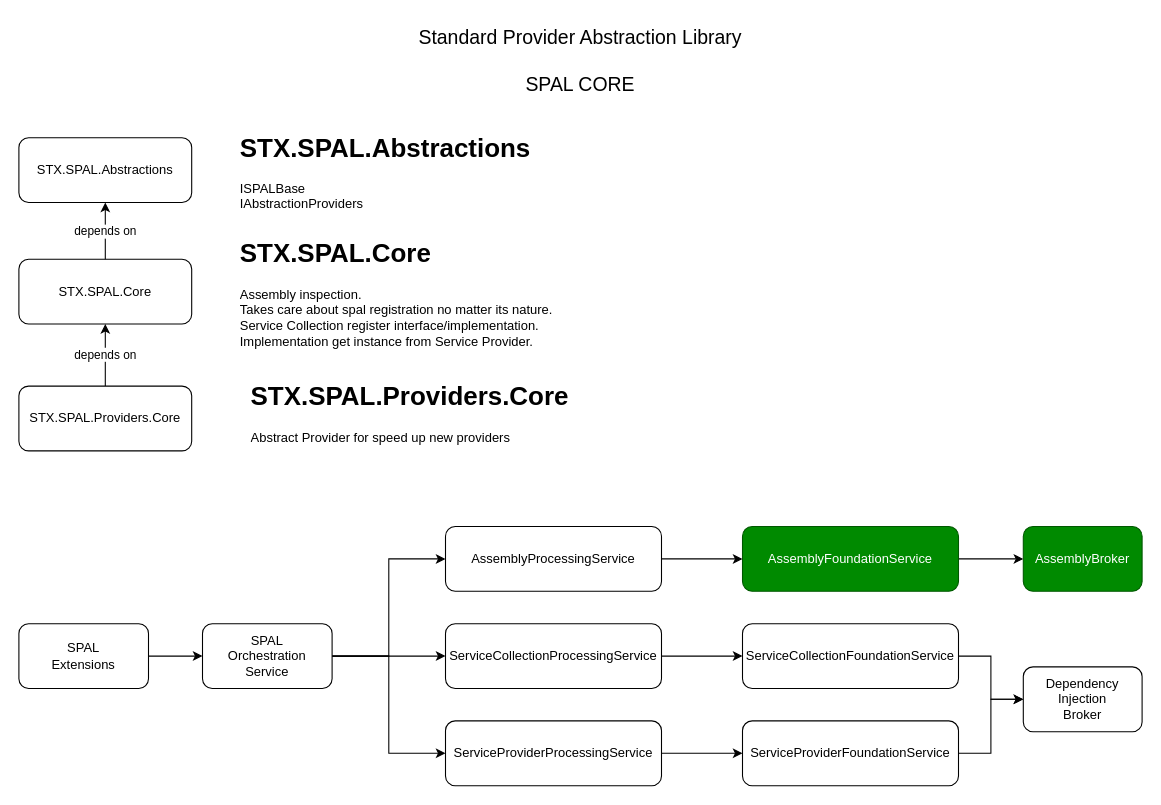
Before: page "Overview" (1 of 3) of STX.SPAL.Core/Resources/Diagrams/diagram.drawio in The-Standard-Organization/STX.SPAL.Core, a draw.io diagram. Source tidied: cells renumbered, new cells numbered last; positions are measured from the earlier drawing's top-left corner, leaving out a move shared by most shapes. Both pictures are drawn from the tidied source at 108%, with x=0, y=0 at pixel (18, 18).
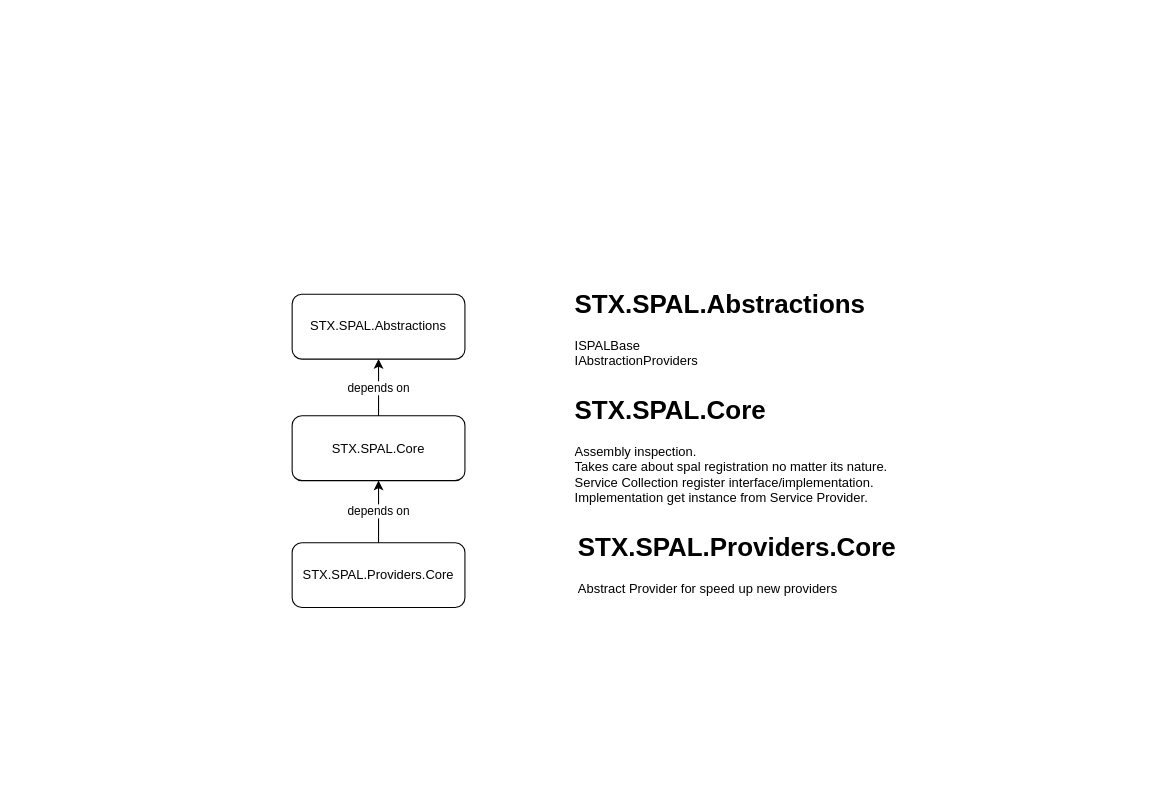
Above is the later version.

Change to the diagram source:
```diff
@@
     <mxCell id="2" value="STX.SPAL.Core" style="rounded=1;whiteSpace=wrap;html=1;" parent="1" vertex="1">
-      <mxGeometry y="222.5" width="160" height="60" as="geometry" />
+      <mxGeometry x="253" y="367.5" width="160" height="60" as="geometry" />
     </mxCell>
     <mxCell id="3" value="STX.SPAL.Abstractions" style="rounded=1;whiteSpace=wrap;html=1;" parent="1" vertex="1">
-      <mxGeometry y="110" width="160" height="60" as="geometry" />
+      <mxGeometry x="253" y="255" width="160" height="60" as="geometry" />
     </mxCell>
@@
     <mxCell id="5" value="STX.SPAL.Providers.Core" style="rounded=1;whiteSpace=wrap;html=1;" parent="1" vertex="1">
-      <mxGeometry y="340" width="160" height="60" as="geometry" />
+      <mxGeometry x="253" y="485" width="160" height="60" as="geometry" />
     </mxCell>
@@
     <mxCell id="7" value="&lt;h1&gt;STX.SPAL.Core&lt;/h1&gt;&lt;div&gt;Assembly inspection.&lt;br&gt;Takes care about spal registration no matter its nature.&lt;br&gt;Service Collection register interface/implementation.&lt;br&gt;Implementation get instance from Service Provider.&lt;br&gt;&lt;br&gt;&lt;/div&gt;" style="text;html=1;spacing=5;spacingTop=-20;whiteSpace=wrap;overflow=hidden;rounded=0;" parent="1" vertex="1">
-      <mxGeometry x="200" y="197.5" width="325" height="110" as="geometry" />
+      <mxGeometry x="510" y="342.5" width="325" height="110" as="geometry" />
     </mxCell>
     <mxCell id="8" value="&lt;h1&gt;STX.SPAL.Abstractions&lt;/h1&gt;&lt;div&gt;ISPALBase&lt;br&gt;IAbstractionProviders&lt;br&gt;&lt;br&gt;&lt;/div&gt;" style="text;html=1;spacing=5;spacingTop=-20;whiteSpace=wrap;overflow=hidden;rounded=0;" parent="1" vertex="1">
-      <mxGeometry x="200" y="100" width="327.5" height="80" as="geometry" />
+      <mxGeometry x="510" y="245" width="327.5" height="80" as="geometry" />
     </mxCell>
     <mxCell id="9" value="&lt;h1&gt;STX.SPAL.Providers.Core&lt;/h1&gt;&lt;div&gt;Abstract Provider for speed up new providers&lt;br&gt;&lt;br&gt;&lt;/div&gt;" style="text;html=1;spacing=5;spacingTop=-20;whiteSpace=wrap;overflow=hidden;rounded=0;" parent="1" vertex="1">
-      <mxGeometry x="210" y="330" width="325" height="110" as="geometry" />
+      <mxGeometry x="512.5" y="470" width="325" height="110" as="geometry" />
     </mxCell>
-    <mxCell id="10" value="Standard Provider Abstraction Library&lt;div style=&quot;font-size: 18px;&quot;&gt;&lt;br style=&quot;font-size: 18px;&quot;&gt;&lt;/div&gt;&lt;div style=&quot;font-size: 18px;&quot;&gt;SPAL CORE&lt;/div&gt;" style="text;html=1;align=center;verticalAlign=middle;whiteSpace=wrap;rounded=0;fontSize=18;" parent="1" vertex="1">
-      <mxGeometry x="355" width="330" height="80" as="geometry" />
-    </mxCell>
-    <mxCell id="11" style="edgeStyle=orthogonalEdgeStyle;rounded=0;jettySize=auto;html=1;entryX=0;entryY=0.5;entryDx=0;entryDy=0;" parent="1" edge="1" source="12" target="16">
-      <mxGeometry relative="1" as="geometry" />
-    </mxCell>
-    <mxCell id="12" value="SPAL&lt;br&gt;Extensions" style="rounded=1;whiteSpace=wrap;html=1;" parent="1" vertex="1">
-      <mxGeometry y="560" width="120" height="60" as="geometry" />
-    </mxCell>
-    <mxCell id="13" style="edgeStyle=orthogonalEdgeStyle;rounded=0;jettySize=auto;html=1;entryX=0;entryY=0.5;entryDx=0;entryDy=0;" parent="1" edge="1" source="16" target="18">
-      <mxGeometry relative="1" as="geometry" />
-    </mxCell>
-    <mxCell id="14" style="edgeStyle=orthogonalEdgeStyle;rounded=0;jettySize=auto;html=1;entryX=0;entryY=0.5;entryDx=0;entryDy=0;" parent="1" edge="1" source="16" target="23">
-      <mxGeometry relative="1" as="geometry" />
-    </mxCell>
-    <mxCell id="15" style="edgeStyle=orthogonalEdgeStyle;rounded=0;jettySize=auto;html=1;entryX=0;entryY=0.5;entryDx=0;entryDy=0;" parent="1" edge="1" source="16" target="27">
-      <mxGeometry relative="1" as="geometry" />
-    </mxCell>
-    <mxCell id="16" value="SPAL&lt;br&gt;Orchestration&lt;br&gt;Service" style="rounded=1;whiteSpace=wrap;html=1;" parent="1" vertex="1">
-      <mxGeometry x="170" y="560" width="120" height="60" as="geometry" />
-    </mxCell>
-    <mxCell id="17" style="edgeStyle=orthogonalEdgeStyle;rounded=0;jettySize=auto;html=1;entryX=0;entryY=0.5;entryDx=0;entryDy=0;" parent="1" edge="1" source="18" target="25">
-      <mxGeometry relative="1" as="geometry" />
-    </mxCell>
-    <mxCell id="18" value="ServiceCollectionProcessingService" style="rounded=1;whiteSpace=wrap;html=1;" parent="1" vertex="1">
-      <mxGeometry x="395" y="560" width="200" height="60" as="geometry" />
-    </mxCell>
-    <mxCell id="19" style="edgeStyle=orthogonalEdgeStyle;rounded=0;jettySize=auto;html=1;entryX=0;entryY=0.5;entryDx=0;entryDy=0;" parent="1" edge="1" source="20" target="21">
-      <mxGeometry relative="1" as="geometry" />
-    </mxCell>
-    <mxCell id="20" value="AssemblyFoundationService" style="rounded=1;whiteSpace=wrap;html=1;fillColor=#008a00;fontColor=#ffffff;strokeColor=#005700;" parent="1" vertex="1">
-      <mxGeometry x="670" y="470" width="200" height="60" as="geometry" />
-    </mxCell>
-    <mxCell id="21" value="AssemblyBroker" style="rounded=1;whiteSpace=wrap;html=1;fillColor=#008a00;fontColor=#ffffff;strokeColor=#005700;" parent="1" vertex="1">
-      <mxGeometry x="930" y="470" width="110" height="60" as="geometry" />
-    </mxCell>
-    <mxCell id="22" style="edgeStyle=orthogonalEdgeStyle;rounded=0;jettySize=auto;html=1;entryX=0;entryY=0.5;entryDx=0;entryDy=0;" parent="1" edge="1" source="23" target="20">
-      <mxGeometry relative="1" as="geometry" />
-    </mxCell>
-    <mxCell id="23" value="AssemblyProcessingService" style="rounded=1;whiteSpace=wrap;html=1;" parent="1" vertex="1">
-      <mxGeometry x="395" y="470" width="200" height="60" as="geometry" />
-    </mxCell>
-    <mxCell id="24" style="edgeStyle=orthogonalEdgeStyle;rounded=0;jettySize=auto;html=1;entryX=0;entryY=0.5;entryDx=0;entryDy=0;" parent="1" edge="1" source="25" target="30">
-      <mxGeometry relative="1" as="geometry" />
-    </mxCell>
-    <mxCell id="25" value="ServiceCollectionFoundationService" style="rounded=1;whiteSpace=wrap;html=1;" parent="1" vertex="1">
-      <mxGeometry x="670" y="560" width="200" height="60" as="geometry" />
-    </mxCell>
-    <mxCell id="26" style="edgeStyle=orthogonalEdgeStyle;rounded=0;jettySize=auto;html=1;entryX=0;entryY=0.5;entryDx=0;entryDy=0;" parent="1" edge="1" source="27" target="29">
-      <mxGeometry relative="1" as="geometry" />
-    </mxCell>
-    <mxCell id="27" value="ServiceProviderProcessingService" style="rounded=1;whiteSpace=wrap;html=1;" parent="1" vertex="1">
-      <mxGeometry x="395" y="650" width="200" height="60" as="geometry" />
-    </mxCell>
-    <mxCell id="28" style="edgeStyle=orthogonalEdgeStyle;rounded=0;jettySize=auto;html=1;" parent="1" edge="1" source="29" target="30">
-      <mxGeometry relative="1" as="geometry" />
-    </mxCell>
-    <mxCell id="29" value="ServiceProviderFoundationService" style="rounded=1;whiteSpace=wrap;html=1;" parent="1" vertex="1">
-      <mxGeometry x="670" y="650" width="200" height="60" as="geometry" />
-    </mxCell>
-    <mxCell id="30" value="Dependency&lt;br&gt;Injection&lt;br&gt;Broker" style="rounded=1;whiteSpace=wrap;html=1;" parent="1" vertex="1">
-      <mxGeometry x="930" y="600" width="110" height="60" as="geometry" />
-    </mxCell>
```
